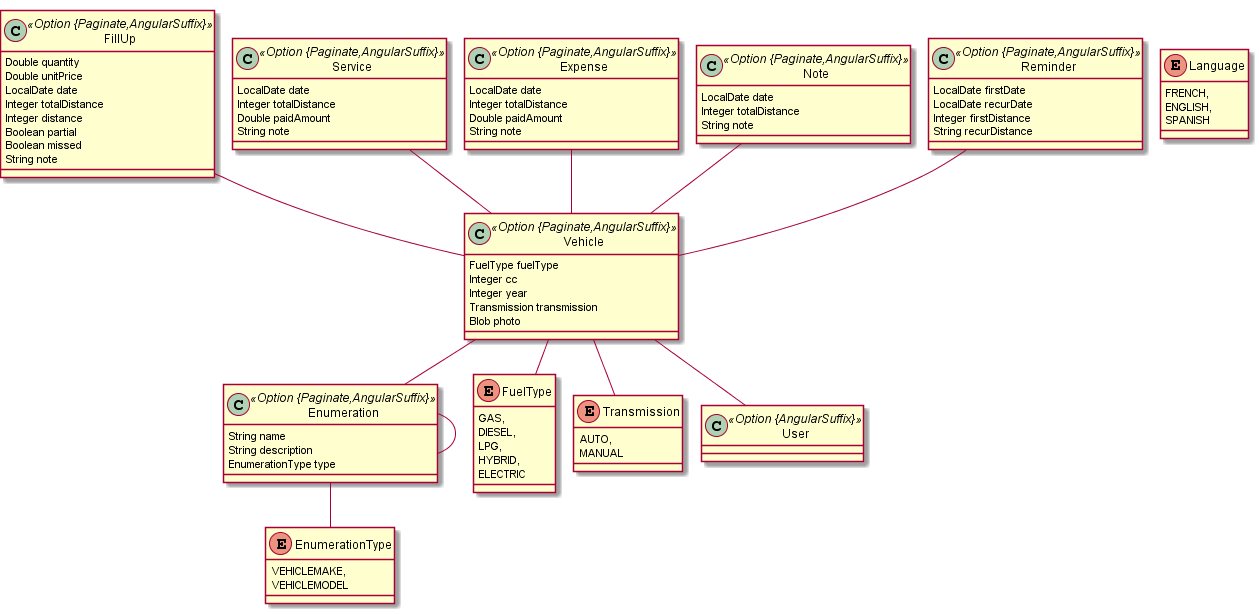
The PlantUML diagram jhipster/jhipster-jdl.png in hazerbaker/yakitanaliz, before a commit.
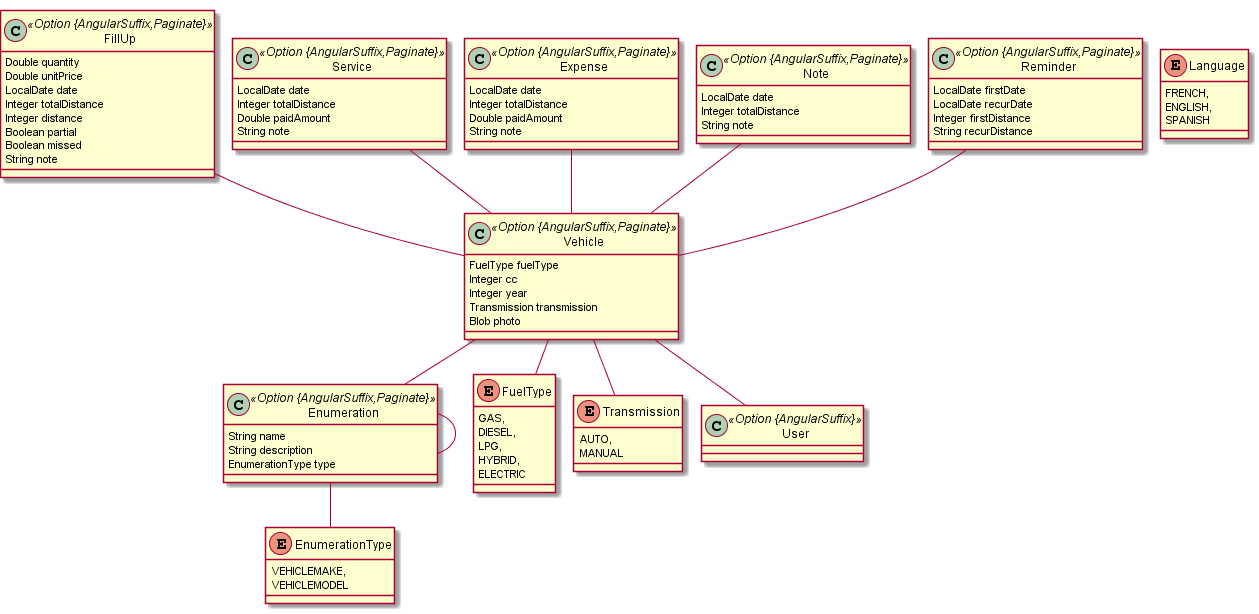
Later version of the same file.

Change to the diagram source:
```diff
@@ -1,13 +1,13 @@
 @startuml
 	!pragma graphviz_dot jdot
 	!pragma syntax class
-	class Enumeration <<Option {Paginate,AngularSuffix}>> {
+	class Enumeration <<Option {AngularSuffix,Paginate}>> {
 		String name
 		String description
 		EnumerationType type
 	}
 	Enumeration ..> EnumerationType
-	class Vehicle <<Option {Paginate,AngularSuffix}>> {
+	class Vehicle <<Option {AngularSuffix,Paginate}>> {
 		FuelType fuelType
 		Integer cc
 		Integer year
@@ -16,7 +16,7 @@
 	}
 	Vehicle ..> FuelType
 	Vehicle ..> Transmission
-	class FillUp <<Option {Paginate,AngularSuffix}>> {
+	class FillUp <<Option {AngularSuffix,Paginate}>> {
 		Double quantity
 		Double unitPrice
 		LocalDate date
@@ -26,24 +26,24 @@
 		Boolean missed
 		String note
 	}
-	class Service <<Option {Paginate,AngularSuffix}>> {
+	class Service <<Option {AngularSuffix,Paginate}>> {
 		LocalDate date
 		Integer totalDistance
 		Double paidAmount
 		String note
 	}
-	class Expense <<Option {Paginate,AngularSuffix}>> {
+	class Expense <<Option {AngularSuffix,Paginate}>> {
 		LocalDate date
 		Integer totalDistance
 		Double paidAmount
 		String note
 	}
-	class Note <<Option {Paginate,AngularSuffix}>> {
+	class Note <<Option {AngularSuffix,Paginate}>> {
 		LocalDate date
 		Integer totalDistance
 		String note
 	}
-	class Reminder <<Option {Paginate,AngularSuffix}>> {
+	class Reminder <<Option {AngularSuffix,Paginate}>> {
 		LocalDate firstDate
 		LocalDate recurDate
 		Integer firstDistance
```
